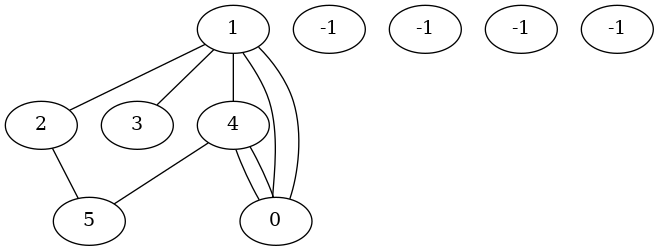
The Graphviz diagram saida.dot.png in Luiz-Oliveiraa/projeto_Grafos, before a commit. Its source is kept beside it as saida.dot.
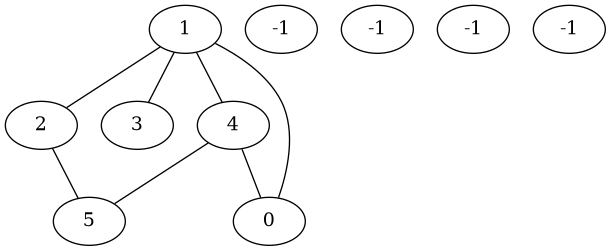
The same file after the commit.

The edit, as a diff of the source:
```diff
@@ -14,10 +14,8 @@
 	0 -- 2
 	0 -- 3
 	0 -- 5
-	0 -- 5
 	1 -- 4
 	3 -- 4
-	3 -- 5
 	3 -- 5
 
 }
@@ -27,15 +25,14 @@
 	3[label="2"]
 	4[label="3"]
 	5[label="4"]
-	6[label="-1"]
-	7[label="-1"]
+	6[label="6"]
+	7[label="8"]
+	8[label="9"]
+	9[label="-1"]
 
-	1 -- 2
-	1 -- 2
-	1 -- 5
-	1 -- 5
-	2 -- 3
-	2 -- 4
+	1 -- 3
+	1 -- 4
+	3 -- 5
 
 }
 
@@ -53,15 +50,12 @@
 	9[label="-1"]
 
 	0 -- 1
-	0 -- 1
 	0 -- 2
 	0 -- 3
-	0 -- 4
 	0 -- 4
 	1 -- 2
 	1 -- 3
 	2 -- 4
 	6 -- 7
-	6 -- 7
 
 }
```
